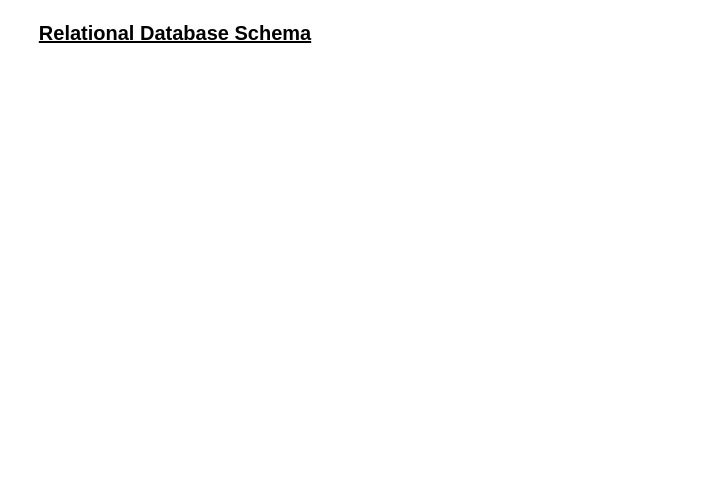
Above: page "Relational Database Schema" (2 of 4) of Online_Car_Rental_System.drawio in Werayootk/Online_Car_Rental_System (draw.io), before the change. Source tidied: cells renumbered, new cells numbered last; positions are measured from the earlier drawing's top-left corner, leaving out a move shared by most shapes. Both pictures are drawn from the tidied source at 100%, with x=0, y=0 at pixel (17, 17).
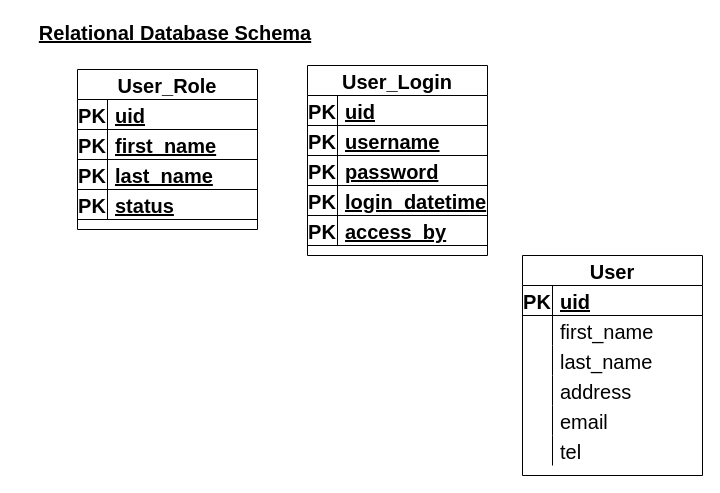
Above is the later version.

The edit, as a diff of the source:
```diff
@@
+    <mxCell id="3" value="User" style="shape=table;startSize=30;childLayout=tableLayout;rowLines=0;fontStyle=1;align=center;fontSize=20;strokeColor=default;fillColor=none;" parent="1" vertex="1">
+      <mxGeometry x="505" y="238" width="180" height="220" as="geometry" />
+    </mxCell>
+    <mxCell id="4" style="shape=partialRectangle;fillColor=none;top=0;left=0;bottom=1;right=0;fontSize=20;strokeColor=default;" parent="3" vertex="1">
+      <mxGeometry y="30" width="180" height="30" as="geometry" />
+    </mxCell>
+    <mxCell id="5" value="PK" style="shape=partialRectangle;fillColor=none;top=0;left=0;bottom=0;right=0;fontStyle=1;overflow=hidden;fontSize=20;strokeColor=default;" parent="4" vertex="1">
+      <mxGeometry width="30" height="30" as="geometry" />
+    </mxCell>
+    <mxCell id="6" value="uid" style="shape=partialRectangle;fillColor=none;top=0;left=0;bottom=0;right=0;align=left;spacingLeft=6;fontStyle=5;overflow=hidden;fontSize=20;strokeColor=default;" parent="4" vertex="1">
+      <mxGeometry x="30" width="150" height="30" as="geometry" />
+    </mxCell>
+    <mxCell id="7" style="shape=partialRectangle;fillColor=none;top=0;left=0;bottom=0;right=0;fontSize=20;strokeColor=default;" parent="3" vertex="1">
+      <mxGeometry y="60" width="180" height="30" as="geometry" />
+    </mxCell>
+    <mxCell id="8" style="shape=partialRectangle;fillColor=none;top=0;left=0;bottom=0;right=0;overflow=hidden;fontSize=20;strokeColor=default;" parent="7" vertex="1">
+      <mxGeometry width="30" height="30" as="geometry" />
+    </mxCell>
+    <mxCell id="9" value="first_name" style="shape=partialRectangle;fillColor=none;top=0;left=0;bottom=0;right=0;align=left;spacingLeft=6;overflow=hidden;fontSize=20;strokeColor=default;" parent="7" vertex="1">
+      <mxGeometry x="30" width="150" height="30" as="geometry" />
+    </mxCell>
+    <mxCell id="10" style="shape=partialRectangle;fillColor=none;top=0;left=0;bottom=0;right=0;fontSize=20;strokeColor=default;" parent="3" vertex="1">
+      <mxGeometry y="90" width="180" height="30" as="geometry" />
+    </mxCell>
+    <mxCell id="11" style="shape=partialRectangle;fillColor=none;top=0;left=0;bottom=0;right=0;overflow=hidden;fontSize=20;strokeColor=default;" parent="10" vertex="1">
+      <mxGeometry width="30" height="30" as="geometry" />
+    </mxCell>
+    <mxCell id="12" value="last_name" style="shape=partialRectangle;fillColor=none;top=0;left=0;bottom=0;right=0;align=left;spacingLeft=6;overflow=hidden;fontSize=20;strokeColor=default;" parent="10" vertex="1">
+      <mxGeometry x="30" width="150" height="30" as="geometry" />
+    </mxCell>
+    <mxCell id="13" style="shape=partialRectangle;fillColor=none;top=0;left=0;bottom=0;right=0;fontSize=20;strokeColor=default;" parent="3" vertex="1">
+      <mxGeometry y="120" width="180" height="30" as="geometry" />
+    </mxCell>
+    <mxCell id="14" style="shape=partialRectangle;fillColor=none;top=0;left=0;bottom=0;right=0;overflow=hidden;fontSize=20;strokeColor=default;" parent="13" vertex="1">
+      <mxGeometry width="30" height="30" as="geometry" />
+    </mxCell>
+    <mxCell id="15" value="address" style="shape=partialRectangle;fillColor=none;top=0;left=0;bottom=0;right=0;align=left;spacingLeft=6;overflow=hidden;fontSize=20;strokeColor=default;" parent="13" vertex="1">
+      <mxGeometry x="30" width="150" height="30" as="geometry" />
+    </mxCell>
+    <mxCell id="16" style="shape=partialRectangle;fillColor=none;top=0;left=0;bottom=0;right=0;fontSize=20;strokeColor=default;" parent="3" vertex="1">
+      <mxGeometry y="150" width="180" height="30" as="geometry" />
+    </mxCell>
+    <mxCell id="17" style="shape=partialRectangle;fillColor=none;top=0;left=0;bottom=0;right=0;overflow=hidden;fontSize=20;strokeColor=default;" parent="16" vertex="1">
+      <mxGeometry width="30" height="30" as="geometry" />
+    </mxCell>
+    <mxCell id="18" value="email" style="shape=partialRectangle;fillColor=none;top=0;left=0;bottom=0;right=0;align=left;spacingLeft=6;overflow=hidden;fontSize=20;strokeColor=default;" parent="16" vertex="1">
+      <mxGeometry x="30" width="150" height="30" as="geometry" />
+    </mxCell>
+    <mxCell id="19" style="shape=partialRectangle;fillColor=none;top=0;left=0;bottom=0;right=0;fontSize=20;strokeColor=default;" parent="3" vertex="1">
+      <mxGeometry y="180" width="180" height="30" as="geometry" />
+    </mxCell>
+    <mxCell id="20" style="shape=partialRectangle;fillColor=none;top=0;left=0;bottom=0;right=0;overflow=hidden;fontSize=20;strokeColor=default;" parent="19" vertex="1">
+      <mxGeometry width="30" height="30" as="geometry" />
+    </mxCell>
+    <mxCell id="21" value="tel" style="shape=partialRectangle;fillColor=none;top=0;left=0;bottom=0;right=0;align=left;spacingLeft=6;overflow=hidden;fontSize=20;strokeColor=default;" parent="19" vertex="1">
+      <mxGeometry x="30" width="150" height="30" as="geometry" />
+    </mxCell>
+    <mxCell id="22" value="User_Role" style="shape=table;startSize=30;childLayout=tableLayout;rowLines=0;fontStyle=1;align=center;fontSize=20;strokeColor=default;fillColor=none;" parent="1" vertex="1">
+      <mxGeometry x="60" y="52" width="180" height="160" as="geometry" />
+    </mxCell>
+    <mxCell id="23" style="shape=partialRectangle;fillColor=none;top=0;left=0;bottom=1;right=0;fontSize=20;strokeColor=default;" parent="22" vertex="1">
+      <mxGeometry y="30" width="180" height="30" as="geometry" />
+    </mxCell>
+    <mxCell id="24" value="PK" style="shape=partialRectangle;fillColor=none;top=0;left=0;bottom=0;right=0;fontStyle=1;overflow=hidden;fontSize=20;strokeColor=default;" parent="23" vertex="1">
+      <mxGeometry width="30" height="30" as="geometry" />
+    </mxCell>
+    <mxCell id="25" value="uid" style="shape=partialRectangle;fillColor=none;top=0;left=0;bottom=0;right=0;align=left;spacingLeft=6;fontStyle=5;overflow=hidden;fontSize=20;strokeColor=default;" parent="23" vertex="1">
+      <mxGeometry x="30" width="150" height="30" as="geometry" />
+    </mxCell>
+    <mxCell id="26" style="shape=partialRectangle;fillColor=none;top=0;left=0;bottom=1;right=0;fontSize=20;strokeColor=default;" parent="22" vertex="1">
+      <mxGeometry y="60" width="180" height="30" as="geometry" />
+    </mxCell>
+    <mxCell id="27" value="PK" style="shape=partialRectangle;fillColor=none;top=0;left=0;bottom=0;right=0;fontStyle=1;overflow=hidden;fontSize=20;strokeColor=default;" parent="26" vertex="1">
+      <mxGeometry width="30" height="30" as="geometry" />
+    </mxCell>
+    <mxCell id="28" value="first_name" style="shape=partialRectangle;fillColor=none;top=0;left=0;bottom=0;right=0;align=left;spacingLeft=6;fontStyle=5;overflow=hidden;fontSize=20;strokeColor=default;" parent="26" vertex="1">
+      <mxGeometry x="30" width="150" height="30" as="geometry" />
+    </mxCell>
+    <mxCell id="29" style="shape=partialRectangle;fillColor=none;top=0;left=0;bottom=1;right=0;fontSize=20;strokeColor=default;" parent="22" vertex="1">
+      <mxGeometry y="90" width="180" height="30" as="geometry" />
+    </mxCell>
+    <mxCell id="30" value="PK" style="shape=partialRectangle;fillColor=none;top=0;left=0;bottom=0;right=0;fontStyle=1;overflow=hidden;fontSize=20;strokeColor=default;" parent="29" vertex="1">
+      <mxGeometry width="30" height="30" as="geometry" />
+    </mxCell>
+    <mxCell id="31" value="last_name" style="shape=partialRectangle;fillColor=none;top=0;left=0;bottom=0;right=0;align=left;spacingLeft=6;fontStyle=5;overflow=hidden;fontSize=20;strokeColor=default;" parent="29" vertex="1">
+      <mxGeometry x="30" width="150" height="30" as="geometry" />
+    </mxCell>
+    <mxCell id="32" style="shape=partialRectangle;fillColor=none;top=0;left=0;bottom=1;right=0;fontSize=20;strokeColor=default;" parent="22" vertex="1">
+      <mxGeometry y="120" width="180" height="30" as="geometry" />
+    </mxCell>
+    <mxCell id="33" value="PK" style="shape=partialRectangle;fillColor=none;top=0;left=0;bottom=0;right=0;fontStyle=1;overflow=hidden;fontSize=20;strokeColor=default;" parent="32" vertex="1">
+      <mxGeometry width="30" height="30" as="geometry" />
+    </mxCell>
+    <mxCell id="34" value="status" style="shape=partialRectangle;fillColor=none;top=0;left=0;bottom=0;right=0;align=left;spacingLeft=6;fontStyle=5;overflow=hidden;fontSize=20;strokeColor=default;" parent="32" vertex="1">
+      <mxGeometry x="30" width="150" height="30" as="geometry" />
+    </mxCell>
+    <mxCell id="35" value="User_Login" style="shape=table;startSize=30;childLayout=tableLayout;rowLines=0;fontStyle=1;align=center;fontSize=20;strokeColor=default;fillColor=none;" parent="1" vertex="1">
+      <mxGeometry x="290" y="48" width="180" height="190" as="geometry" />
+    </mxCell>
+    <mxCell id="36" style="shape=partialRectangle;fillColor=none;top=0;left=0;bottom=1;right=0;fontSize=20;strokeColor=default;" parent="35" vertex="1">
+      <mxGeometry y="30" width="180" height="30" as="geometry" />
+    </mxCell>
+    <mxCell id="37" value="PK" style="shape=partialRectangle;fillColor=none;top=0;left=0;bottom=0;right=0;fontStyle=1;overflow=hidden;fontSize=20;strokeColor=default;" parent="36" vertex="1">
+      <mxGeometry width="30" height="30" as="geometry" />
+    </mxCell>
+    <mxCell id="38" value="uid" style="shape=partialRectangle;fillColor=none;top=0;left=0;bottom=0;right=0;align=left;spacingLeft=6;fontStyle=5;overflow=hidden;fontSize=20;strokeColor=default;" parent="36" vertex="1">
+      <mxGeometry x="30" width="150" height="30" as="geometry" />
+    </mxCell>
+    <mxCell id="39" style="shape=partialRectangle;fillColor=none;top=0;left=0;bottom=1;right=0;fontSize=20;strokeColor=default;" parent="35" vertex="1">
+      <mxGeometry y="60" width="180" height="30" as="geometry" />
+    </mxCell>
+    <mxCell id="40" value="PK" style="shape=partialRectangle;fillColor=none;top=0;left=0;bottom=0;right=0;fontStyle=1;overflow=hidden;fontSize=20;strokeColor=default;" parent="39" vertex="1">
+      <mxGeometry width="30" height="30" as="geometry" />
+    </mxCell>
+    <mxCell id="41" value="username" style="shape=partialRectangle;fillColor=none;top=0;left=0;bottom=0;right=0;align=left;spacingLeft=6;fontStyle=5;overflow=hidden;fontSize=20;strokeColor=default;" parent="39" vertex="1">
+      <mxGeometry x="30" width="150" height="30" as="geometry" />
+    </mxCell>
+    <mxCell id="42" style="shape=partialRectangle;fillColor=none;top=0;left=0;bottom=1;right=0;fontSize=20;strokeColor=default;" parent="35" vertex="1">
+      <mxGeometry y="90" width="180" height="30" as="geometry" />
+    </mxCell>
+    <mxCell id="43" value="PK" style="shape=partialRectangle;fillColor=none;top=0;left=0;bottom=0;right=0;fontStyle=1;overflow=hidden;fontSize=20;strokeColor=default;" parent="42" vertex="1">
+      <mxGeometry width="30" height="30" as="geometry" />
+    </mxCell>
+    <mxCell id="44" value="password" style="shape=partialRectangle;fillColor=none;top=0;left=0;bottom=0;right=0;align=left;spacingLeft=6;fontStyle=5;overflow=hidden;fontSize=20;strokeColor=default;" parent="42" vertex="1">
+      <mxGeometry x="30" width="150" height="30" as="geometry" />
+    </mxCell>
+    <mxCell id="45" style="shape=partialRectangle;fillColor=none;top=0;left=0;bottom=1;right=0;fontSize=20;strokeColor=default;" parent="35" vertex="1">
+      <mxGeometry y="120" width="180" height="30" as="geometry" />
+    </mxCell>
+    <mxCell id="46" value="PK" style="shape=partialRectangle;fillColor=none;top=0;left=0;bottom=0;right=0;fontStyle=1;overflow=hidden;fontSize=20;strokeColor=default;" parent="45" vertex="1">
+      <mxGeometry width="30" height="30" as="geometry" />
+    </mxCell>
+    <mxCell id="47" value="login_datetime" style="shape=partialRectangle;fillColor=none;top=0;left=0;bottom=0;right=0;align=left;spacingLeft=6;fontStyle=5;overflow=hidden;fontSize=20;strokeColor=default;" parent="45" vertex="1">
+      <mxGeometry x="30" width="150" height="30" as="geometry" />
+    </mxCell>
+    <mxCell id="48" style="shape=partialRectangle;fillColor=none;top=0;left=0;bottom=1;right=0;fontSize=20;strokeColor=default;" parent="35" vertex="1">
+      <mxGeometry y="150" width="180" height="30" as="geometry" />
+    </mxCell>
+    <mxCell id="49" value="PK" style="shape=partialRectangle;fillColor=none;top=0;left=0;bottom=0;right=0;fontStyle=1;overflow=hidden;fontSize=20;strokeColor=default;" parent="48" vertex="1">
+      <mxGeometry width="30" height="30" as="geometry" />
+    </mxCell>
+    <mxCell id="50" value="access_by" style="shape=partialRectangle;fillColor=none;top=0;left=0;bottom=0;right=0;align=left;spacingLeft=6;fontStyle=5;overflow=hidden;fontSize=20;strokeColor=default;" parent="48" vertex="1">
+      <mxGeometry x="30" width="150" height="30" as="geometry" />
+    </mxCell>
```
